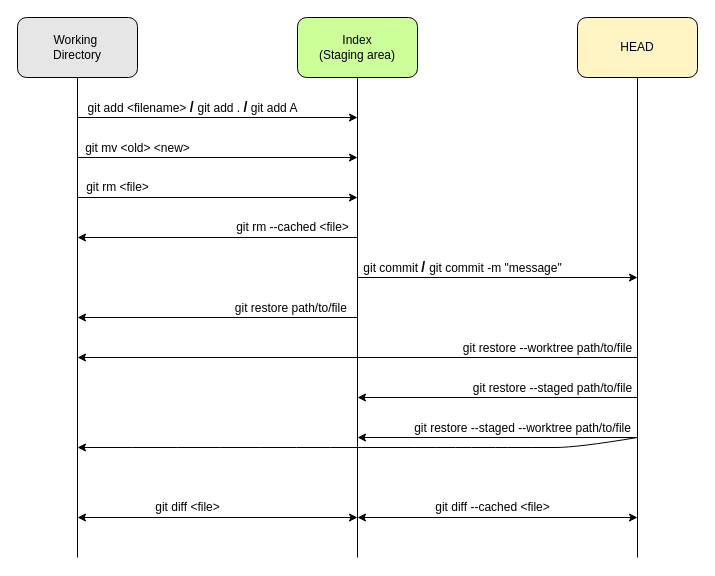
This is Commands_diagram.drawio from DMatveeva/learning-git, a draw.io file, before an edit. Source tidied: cells renumbered, new cells numbered last; positions are measured from the earlier drawing's top-left corner, leaving out a move shared by most shapes. Both pictures are drawn from the tidied source at 100%, with x=0, y=0 at pixel (17, 17).
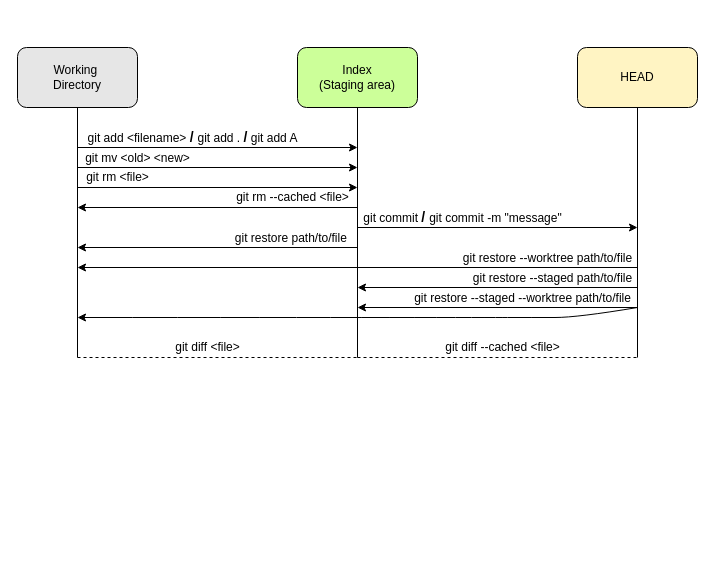
Above is the later version.

Diff of the diagram source:
```diff
@@
     <mxCell id="2" value="Index&lt;br&gt;(Staging area)" style="rounded=1;whiteSpace=wrap;html=1;fillColor=#CCFF99;" parent="1" vertex="1">
-      <mxGeometry x="280" width="120" height="60" as="geometry" />
+      <mxGeometry x="280" y="30" width="120" height="60" as="geometry" />
     </mxCell>
     <mxCell id="3" value="HEAD" style="rounded=1;whiteSpace=wrap;html=1;fillColor=#FFF4C3;" parent="1" vertex="1">
-      <mxGeometry x="560" width="120" height="60" as="geometry" />
+      <mxGeometry x="560" y="30" width="120" height="60" as="geometry" />
     </mxCell>
     <mxCell id="4" style="endArrow=none;html=1;rounded=0;entryX=0.5;entryY=1;entryDx=0;entryDy=0;" parent="1" edge="1" target="30">
       <mxGeometry relative="1" as="geometry">
-        <mxPoint x="60" y="540" as="sourcePoint" />
+        <mxPoint x="60" y="340" as="sourcePoint" />
       </mxGeometry>
     </mxCell>
     <mxCell id="5" style="endArrow=none;html=1;rounded=0;entryX=0.5;entryY=1;entryDx=0;entryDy=0;" parent="1" edge="1" target="2">
       <mxGeometry relative="1" as="geometry">
-        <mxPoint x="340" y="540" as="sourcePoint" />
+        <mxPoint x="340" y="340" as="sourcePoint" />
       </mxGeometry>
     </mxCell>
     <mxCell id="6" style="endArrow=none;html=1;rounded=0;entryX=0.5;entryY=1;entryDx=0;entryDy=0;" parent="1" edge="1" target="3">
       <mxGeometry relative="1" as="geometry">
-        <mxPoint x="620" y="540" as="sourcePoint" />
+        <mxPoint x="620" y="340" as="sourcePoint" />
       </mxGeometry>
     </mxCell>
     <mxCell id="7" style="endArrow=classic;html=1;rounded=0;" parent="1" edge="1">
       <mxGeometry relative="1" as="geometry">
-        <mxPoint x="60" y="100" as="sourcePoint" />
-        <mxPoint x="340" y="100" as="targetPoint" />
+        <mxPoint x="60" y="130" as="sourcePoint" />
+        <mxPoint x="340" y="130" as="targetPoint" />
       </mxGeometry>
     </mxCell>
     <mxCell id="8" style="endArrow=classic;html=1;rounded=0;" parent="1" edge="1">
       <mxGeometry relative="1" as="geometry">
-        <mxPoint x="340" y="260" as="sourcePoint" />
-        <mxPoint x="620" y="260" as="targetPoint" />
+        <mxPoint x="340" y="210" as="sourcePoint" />
+        <mxPoint x="620" y="210" as="targetPoint" />
       </mxGeometry>
     </mxCell>
     <mxCell id="9" style="endArrow=classic;html=1;rounded=0;" parent="1" edge="1">
       <mxGeometry relative="1" as="geometry">
-        <mxPoint x="340" y="300" as="sourcePoint" />
-        <mxPoint x="60" y="300" as="targetPoint" />
+        <mxPoint x="340" y="230" as="sourcePoint" />
+        <mxPoint x="60" y="230" as="targetPoint" />
       </mxGeometry>
     </mxCell>
     <mxCell id="10" style="endArrow=classic;html=1;rounded=0;" parent="1" edge="1">
       <mxGeometry relative="1" as="geometry">
-        <mxPoint x="620" y="340" as="sourcePoint" />
-        <mxPoint x="60" y="340" as="targetPoint" />
+        <mxPoint x="620" y="250" as="sourcePoint" />
+        <mxPoint x="60" y="250" as="targetPoint" />
       </mxGeometry>
     </mxCell>
     <mxCell id="11" style="endArrow=classic;html=1;rounded=0;" parent="1" edge="1">
       <mxGeometry relative="1" as="geometry">
-        <mxPoint x="620" y="380" as="sourcePoint" />
-        <mxPoint x="340" y="380" as="targetPoint" />
+        <mxPoint x="620" y="270" as="sourcePoint" />
+        <mxPoint x="340" y="270" as="targetPoint" />
       </mxGeometry>
     </mxCell>
     <mxCell id="12" style="endArrow=classic;html=1;rounded=0;" parent="1" edge="1">
       <mxGeometry relative="1" as="geometry">
-        <mxPoint x="620" y="420" as="sourcePoint" />
-        <mxPoint x="340" y="420" as="targetPoint" />
+        <mxPoint x="620" y="290" as="sourcePoint" />
+        <mxPoint x="340" y="290" as="targetPoint" />
       </mxGeometry>
     </mxCell>
     <mxCell id="13" style="curved=1;endArrow=classic;html=1;rounded=0;" parent="1" edge="1">
       <mxGeometry relative="1" as="geometry">
-        <mxPoint x="620" y="420" as="sourcePoint" />
-        <mxPoint x="60" y="430" as="targetPoint" />
+        <mxPoint x="620" y="290" as="sourcePoint" />
+        <mxPoint x="60" y="300" as="targetPoint" />
         <Array as="points">
-          <mxPoint x="560" y="430" />
-          <mxPoint x="515" y="430" />
-          <mxPoint x="465" y="430" />
+          <mxPoint x="560" y="300" />
+          <mxPoint x="515" y="300" />
+          <mxPoint x="465" y="300" />
         </Array>
       </mxGeometry>
     </mxCell>
     <mxCell id="14" style="endArrow=classic;html=1;rounded=0;" parent="1" edge="1">
       <mxGeometry relative="1" as="geometry">
-        <mxPoint x="340" y="220" as="sourcePoint" />
-        <mxPoint x="60" y="220" as="targetPoint" />
+        <mxPoint x="340" y="190" as="sourcePoint" />
+        <mxPoint x="60" y="190" as="targetPoint" />
       </mxGeometry>
     </mxCell>
     <mxCell id="15" value="git rm --cached &amp;lt;file&amp;gt;" style="text;html=1;align=center;verticalAlign=middle;strokeColor=none;fillColor=none;" parent="1" vertex="1">
-      <mxGeometry x="210" y="200" width="130" height="20" as="geometry" />
+      <mxGeometry x="210" y="170" width="130" height="20" as="geometry" />
     </mxCell>
     <mxCell id="16" style="endArrow=classic;html=1;rounded=0;" parent="1" edge="1">
       <mxGeometry relative="1" as="geometry">
-        <mxPoint x="60" y="180" as="sourcePoint" />
-        <mxPoint x="340" y="180" as="targetPoint" />
+        <mxPoint x="60" y="170" as="sourcePoint" />
+        <mxPoint x="340" y="170" as="targetPoint" />
       </mxGeometry>
     </mxCell>
     <mxCell id="17" value="&lt;span&gt;git rm &amp;lt;file&amp;gt;&lt;/span&gt;" style="text;html=1;align=center;verticalAlign=middle;strokeColor=none;fillColor=none;" parent="1" vertex="1">
-      <mxGeometry x="60" y="160" width="80" height="20" as="geometry" />
+      <mxGeometry x="60" y="150" width="80" height="20" as="geometry" />
     </mxCell>
     <mxCell id="18" style="endArrow=classic;html=1;rounded=0;" parent="1" edge="1">
       <mxGeometry relative="1" as="geometry">
-        <mxPoint x="60" y="140" as="sourcePoint" />
-        <mxPoint x="340" y="140" as="targetPoint" />
+        <mxPoint x="60" y="150" as="sourcePoint" />
+        <mxPoint x="340" y="150" as="targetPoint" />
       </mxGeometry>
     </mxCell>
-    <mxCell id="19" style="endArrow=classic;startArrow=classic;html=1;rounded=0;" parent="1" edge="1">
-      <mxGeometry relative="1" as="geometry">
-        <mxPoint x="60" y="500" as="sourcePoint" />
-        <mxPoint x="340" y="500" as="targetPoint" />
-      </mxGeometry>
-    </mxCell>
     <mxCell id="20" value="git diff &amp;lt;file&amp;gt;" style="text;html=1;align=center;verticalAlign=middle;strokeColor=none;fillColor=none;" parent="1" vertex="1">
-      <mxGeometry x="130" y="480" width="80" height="20" as="geometry" />
+      <mxGeometry x="150" y="320" width="80" height="20" as="geometry" />
     </mxCell>
-    <mxCell id="21" style="endArrow=classic;startArrow=classic;html=1;rounded=0;" parent="1" edge="1">
-      <mxGeometry relative="1" as="geometry">
-        <mxPoint x="340" y="500" as="sourcePoint" />
-        <mxPoint x="620" y="500" as="targetPoint" />
-      </mxGeometry>
-    </mxCell>
     <mxCell id="22" value="git diff --cached &amp;lt;file&amp;gt;" style="text;html=1;align=center;verticalAlign=middle;strokeColor=none;fillColor=none;" parent="1" vertex="1">
-      <mxGeometry x="410" y="480" width="130" height="20" as="geometry" />
+      <mxGeometry x="420" y="320" width="130" height="20" as="geometry" />
     </mxCell>
     <mxCell id="23" value="git add &amp;lt;filename&amp;gt; &lt;b&gt;&lt;font style=&quot;font-size: 14px&quot;&gt;/&amp;nbsp;&lt;/font&gt;&lt;/b&gt;git add . &lt;b&gt;&lt;font style=&quot;font-size: 14px&quot;&gt;/&lt;/font&gt;&lt;/b&gt; git add A" style="text;html=1;align=center;verticalAlign=middle;strokeColor=none;fillColor=none;" parent="1" vertex="1">
-      <mxGeometry x="60" y="80" width="230" height="20" as="geometry" />
+      <mxGeometry x="60" y="110" width="230" height="20" as="geometry" />
     </mxCell>
     <mxCell id="24" value="&lt;span style=&quot;font-size: 12px&quot;&gt;git mv &amp;lt;old&amp;gt; &amp;lt;new&amp;gt;&lt;/span&gt;" style="text;html=1;align=center;verticalAlign=middle;strokeColor=none;fillColor=none;fontSize=14;" parent="1" vertex="1">
-      <mxGeometry x="60" y="120" width="120" height="20" as="geometry" />
+      <mxGeometry x="60" y="130" width="120" height="20" as="geometry" />
     </mxCell>
     <mxCell id="25" value="&lt;span&gt;git commit &lt;b&gt;&lt;font style=&quot;font-size: 14px&quot;&gt;/ &lt;/font&gt;&lt;/b&gt;git commit -m &quot;message&quot;&lt;/span&gt;" style="text;html=1;align=center;verticalAlign=middle;strokeColor=none;fillColor=none;fontSize=12;" parent="1" vertex="1">
-      <mxGeometry x="340" y="240" width="210" height="20" as="geometry" />
+      <mxGeometry x="340" y="190" width="210" height="20" as="geometry" />
     </mxCell>
     <mxCell id="26" value="&lt;span style=&quot;font-size: 12px&quot;&gt;git restore path/to/file&amp;nbsp;&lt;/span&gt;" style="text;html=1;align=center;verticalAlign=middle;strokeColor=none;fillColor=none;fontSize=14;" parent="1" vertex="1">
-      <mxGeometry x="210" y="280" width="130" height="20" as="geometry" />
+      <mxGeometry x="210" y="210" width="130" height="20" as="geometry" />
     </mxCell>
     <mxCell id="27" value="&lt;span style=&quot;font-size: 12px&quot;&gt;git restore --worktree path/to/file&lt;/span&gt;" style="text;html=1;align=center;verticalAlign=middle;strokeColor=none;fillColor=none;fontSize=14;" parent="1" vertex="1">
-      <mxGeometry x="440" y="320" width="180" height="20" as="geometry" />
+      <mxGeometry x="440" y="230" width="180" height="20" as="geometry" />
     </mxCell>
     <mxCell id="28" value="&lt;span style=&quot;font-size: 12px&quot;&gt;git restore --staged path/to/file&lt;/span&gt;" style="text;html=1;align=center;verticalAlign=middle;strokeColor=none;fillColor=none;fontSize=14;" parent="1" vertex="1">
-      <mxGeometry x="450" y="360" width="170" height="20" as="geometry" />
+      <mxGeometry x="450" y="250" width="170" height="20" as="geometry" />
     </mxCell>
     <mxCell id="29" value="&lt;span style=&quot;font-size: 12px&quot;&gt;git restore --staged --worktree path/to/file&lt;/span&gt;" style="text;html=1;align=center;verticalAlign=middle;strokeColor=none;fillColor=none;fontSize=14;" parent="1" vertex="1">
-      <mxGeometry x="390" y="400" width="230" height="20" as="geometry" />
+      <mxGeometry x="390" y="270" width="230" height="20" as="geometry" />
     </mxCell>
     <mxCell id="30" value="Working&amp;nbsp;&lt;br&gt;Directory" style="rounded=1;whiteSpace=wrap;html=1;fillColor=#E6E6E6;" parent="1" vertex="1">
-      <mxGeometry width="120" height="60" as="geometry" />
+      <mxGeometry y="30" width="120" height="60" as="geometry" />
     </mxCell>
+    <mxCell id="31" style="endArrow=none;dashed=1;html=1;rounded=0;" parent="1" edge="1">
+      <mxGeometry relative="1" as="geometry">
+        <mxPoint x="340" y="340" as="sourcePoint" />
+        <mxPoint x="620" y="340" as="targetPoint" />
+      </mxGeometry>
+    </mxCell>
+    <mxCell id="32" style="endArrow=none;dashed=1;html=1;rounded=0;" parent="1" edge="1">
+      <mxGeometry relative="1" as="geometry">
+        <mxPoint x="60" y="340" as="sourcePoint" />
+        <mxPoint x="340" y="340" as="targetPoint" />
+      </mxGeometry>
+    </mxCell>
```
